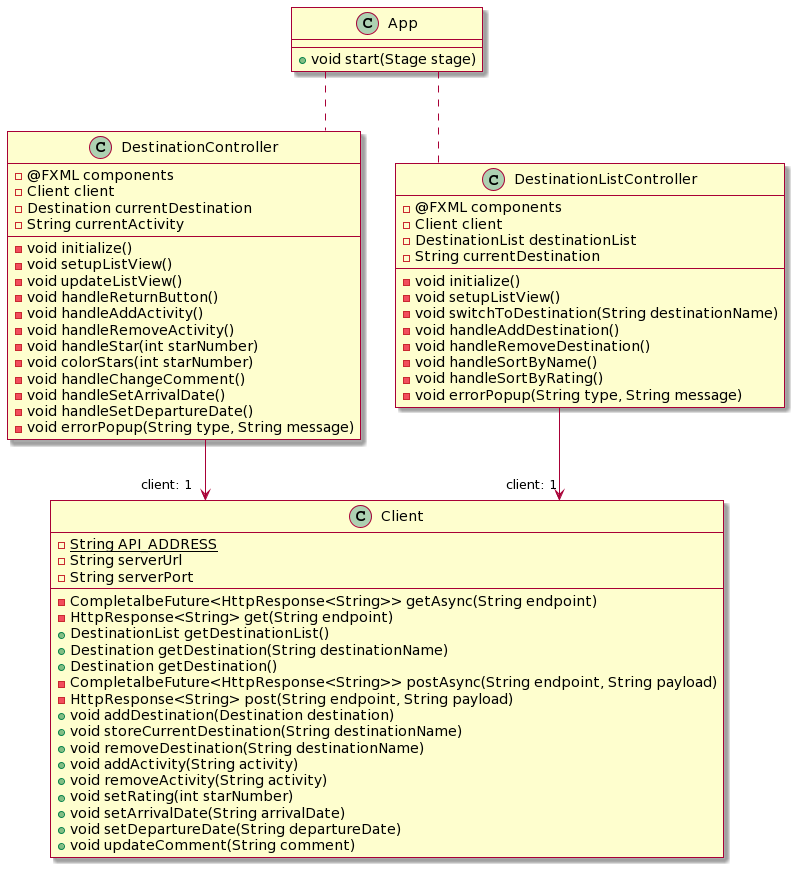
Before: docs/diagrams/classDiagramFxui.png, a diagram exported from PlantUML (tbwiik/Travelu).
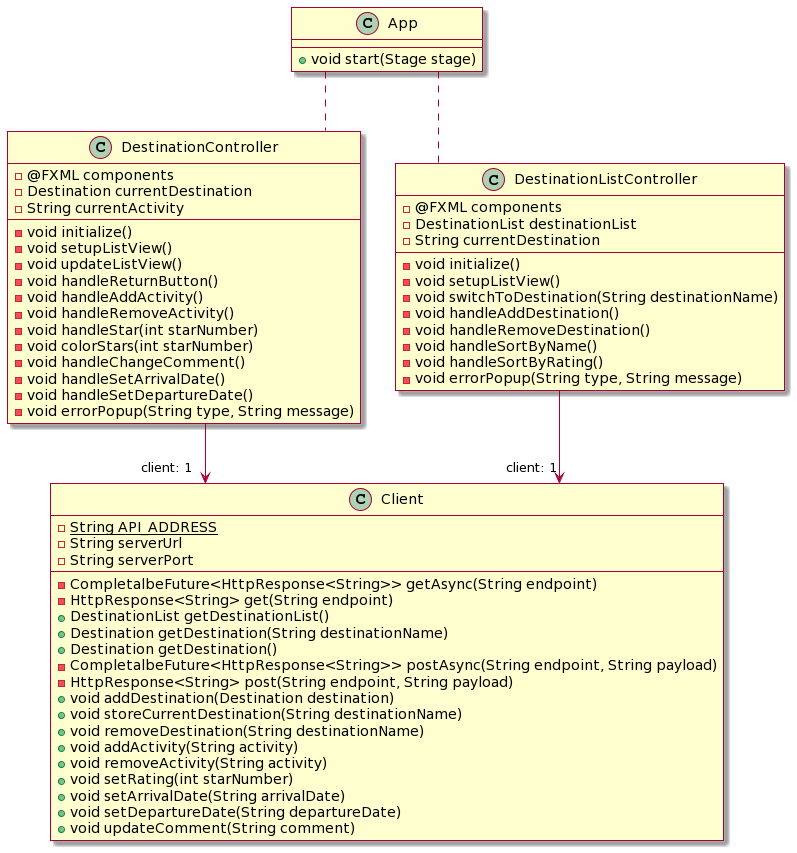
After the change.

Commit message:
docs: remove unnecessary variables

Diff of the diagram source:
```diff
@@ -8,7 +8,6 @@
 
 class DestinationController {
     - @FXML components
-    - Client client
     - Destination currentDestination
     - String currentActivity
 
@@ -28,7 +27,6 @@
 
 class DestinationListController {
     - @FXML components
-    - Client client
     - DestinationList destinationList
     - String currentDestination
 
```
